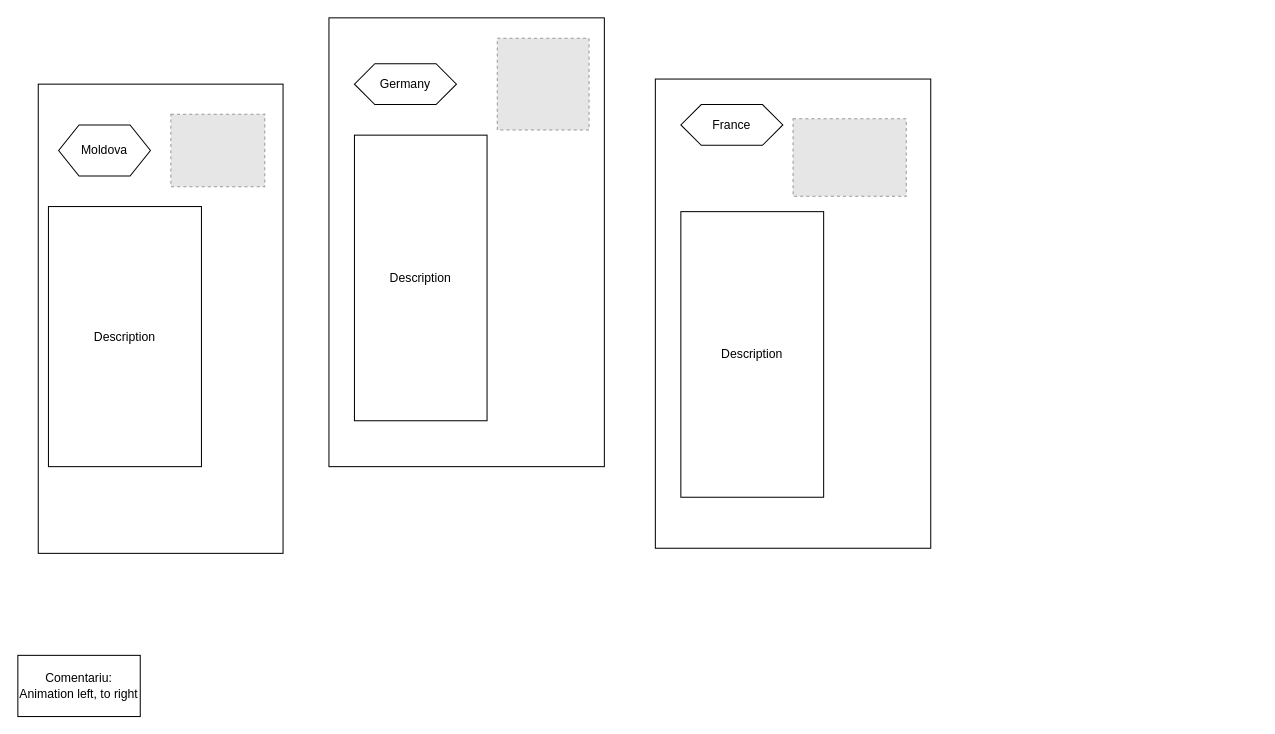
Earlier version of the draw.io diagram page "Country" (2 of 2) of Site1/Untitled Diagram.drawio (SmoleacMihai/ProgramareWeb). Source tidied: cells renumbered, new cells numbered last; positions are measured from the earlier drawing's top-left corner, leaving out a move shared by most shapes. Both pictures are drawn from the tidied source at 102%, with x=0, y=0 at pixel (-74, 38). Pictures stored in the file or linked from it are replaced by grey dashed boxes.
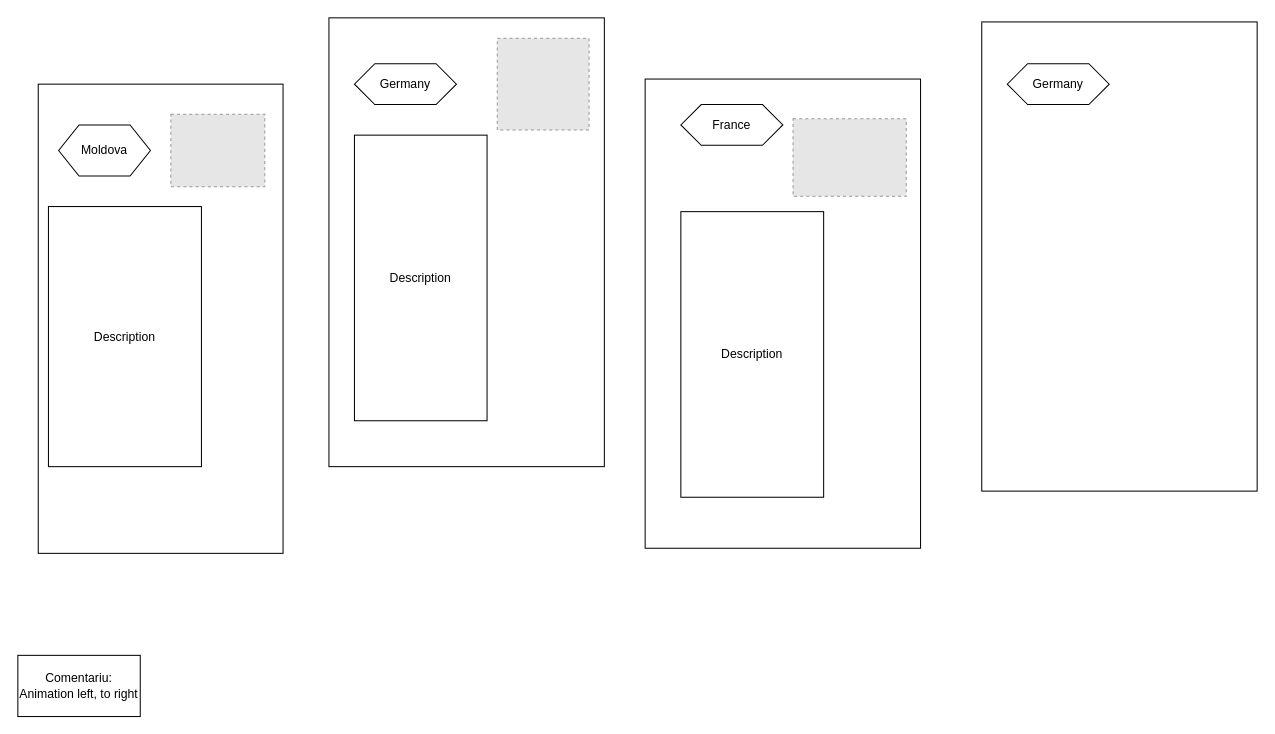
The same diagram, later.

Change to the diagram source:
```diff
@@
 <mxGraphModel>
   <root>
     <mxCell id="0" />
     <mxCell id="1" parent="0" />
     <mxCell id="2" style="rounded=0;whiteSpace=wrap;html=1;sketch=0;rotation=-90;" parent="1" vertex="1">
       <mxGeometry y="155" width="460" height="240" as="geometry" />
     </mxCell>
     <mxCell id="3" style="rounded=0;whiteSpace=wrap;html=1;sketch=0;rotation=90;" parent="1" vertex="1">
       <mxGeometry x="310" y="65" width="440" height="270" as="geometry" />
     </mxCell>
     <mxCell id="4" value="Comentariu: Animation left, to right" style="rounded=0;whiteSpace=wrap;html=1;sketch=0;" parent="1" vertex="1">
       <mxGeometry x="90" y="605" width="120" height="60" as="geometry" />
     </mxCell>
     <mxCell id="5" value="Moldova" style="shape=hexagon;perimeter=hexagonPerimeter2;whiteSpace=wrap;html=1;fixedSize=1;rounded=0;sketch=0;" parent="1" vertex="1">
       <mxGeometry x="130" y="85" width="90" height="50" as="geometry" />
     </mxCell>
     <mxCell id="6" value="Germany" style="shape=hexagon;perimeter=hexagonPerimeter2;whiteSpace=wrap;html=1;fixedSize=1;rounded=0;sketch=0;" parent="1" vertex="1">
       <mxGeometry x="420" y="25" width="100" height="40" as="geometry" />
     </mxCell>
     <mxCell id="7" value="Description" style="rounded=0;whiteSpace=wrap;html=1;sketch=0;" parent="1" vertex="1">
       <mxGeometry x="420" y="95" width="130" height="280" as="geometry" />
     </mxCell>
     <mxCell id="8" style="rounded=0;whiteSpace=wrap;html=1;sketch=0;rotation=90;" parent="1" vertex="1">
-      <mxGeometry x="620" y="135" width="460" height="270" as="geometry" />
+      <mxGeometry x="610" y="135" width="460" height="270" as="geometry" />
     </mxCell>
     <mxCell id="9" value="France" style="shape=hexagon;perimeter=hexagonPerimeter2;whiteSpace=wrap;html=1;fixedSize=1;rounded=0;sketch=0;" parent="1" vertex="1">
       <mxGeometry x="740" y="65" width="100" height="40" as="geometry" />
     </mxCell>
     <mxCell id="10" value="Description" style="rounded=0;whiteSpace=wrap;html=1;sketch=0;" parent="1" vertex="1">
       <mxGeometry x="740" y="170" width="140" height="280" as="geometry" />
     </mxCell>
     <mxCell id="11" style="fillColor=#E6E6E6;strokeColor=#999999;dashed=1;verticalLabelPosition=bottom;verticalAlign=top;" parent="1" vertex="1">
       <mxGeometry x="240" y="74.5" width="92.1" height="71" as="geometry" />
     </mxCell>
     <mxCell id="12" value="Description" style="rounded=0;whiteSpace=wrap;html=1;sketch=0;" parent="1" vertex="1">
       <mxGeometry x="120" y="165" width="150" height="255" as="geometry" />
     </mxCell>
     <mxCell id="13" style="fillColor=#E6E6E6;strokeColor=#999999;dashed=1;verticalLabelPosition=bottom;verticalAlign=top;" parent="1" vertex="1">
       <mxGeometry x="560" width="90" height="90" as="geometry" />
     </mxCell>
     <mxCell id="14" style="fillColor=#E6E6E6;strokeColor=#999999;dashed=1;verticalLabelPosition=bottom;verticalAlign=top;" parent="1" vertex="1">
       <mxGeometry x="850" y="79" width="111" height="76" as="geometry" />
     </mxCell>
+    <mxCell id="15" style="rounded=0;whiteSpace=wrap;html=1;sketch=0;rotation=90;" parent="1" vertex="1">
+      <mxGeometry x="940" y="79" width="460" height="270" as="geometry" />
+    </mxCell>
+    <mxCell id="16" value="Germany" style="shape=hexagon;perimeter=hexagonPerimeter2;whiteSpace=wrap;html=1;fixedSize=1;rounded=0;sketch=0;" parent="1" vertex="1">
+      <mxGeometry x="1060" y="25" width="100" height="40" as="geometry" />
+    </mxCell>
   </root>
 </mxGraphModel>
```
